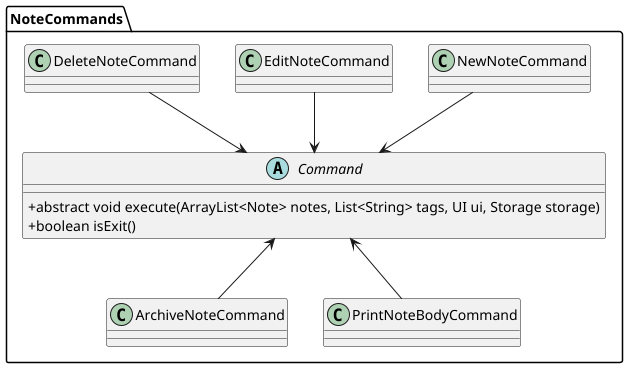
Before: docs/images/NoteManagementCommands.png, a diagram exported from PlantUML (shauntsr/tp).
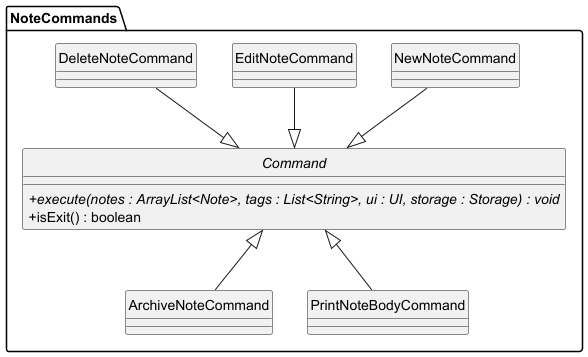
The same diagram one commit later.

Diff of the diagram source:
```diff
@@ -1,10 +1,10 @@
 @startuml NoteManagementCommands
 skinparam classAttributeIconSize 0
-
+hide circle
 package NoteCommands {
     abstract class Command {
-        + abstract void execute(ArrayList<Note> notes, List<String> tags, UI ui, Storage storage)
-        + boolean isExit()
+        + {abstract} execute(notes : ArrayList<Note>, tags : List<String>, ui : UI, storage : Storage) : void
+        + isExit() : boolean
     }
 
     class NewNoteCommand
@@ -13,10 +13,10 @@
     class ArchiveNoteCommand
     class PrintNoteBodyCommand
 
-    NewNoteCommand --> Command
-    DeleteNoteCommand --> Command
-    EditNoteCommand --> Command
-    ArchiveNoteCommand -up-> Command
-    PrintNoteBodyCommand -up-> Command
+    NewNoteCommand --|> Command
+    DeleteNoteCommand --|> Command
+    EditNoteCommand --|> Command
+    ArchiveNoteCommand -up-|> Command
+    PrintNoteBodyCommand -up-|> Command
 }
 @enduml
```
